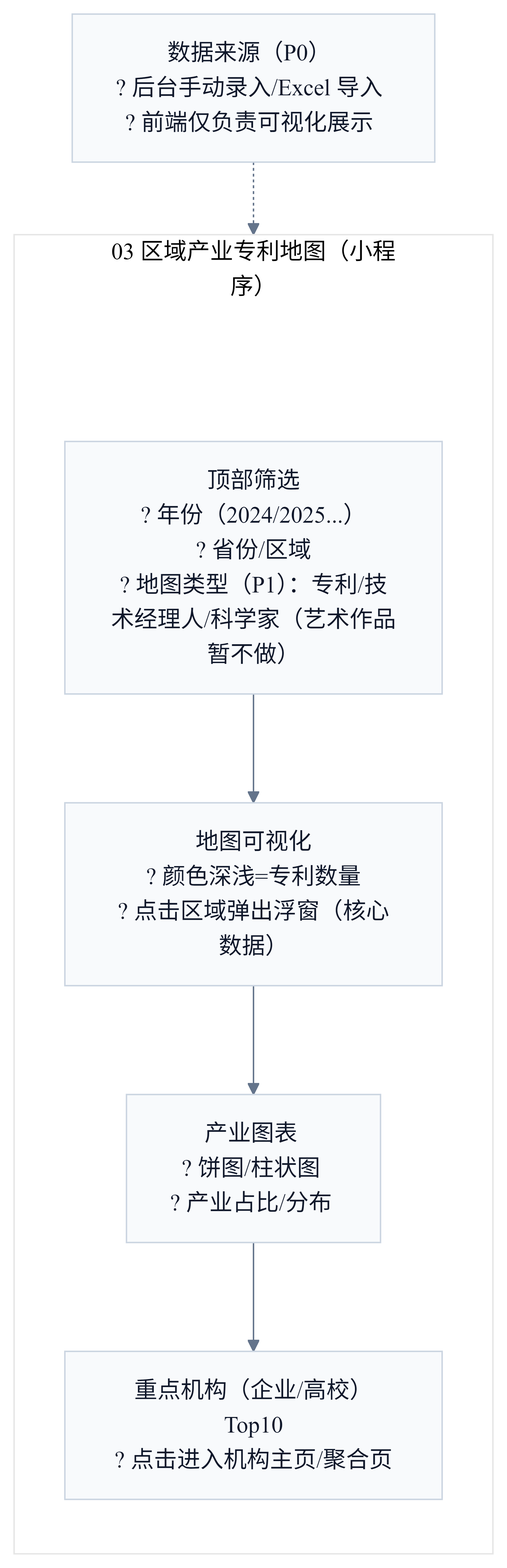
This is docs/demo/rendered/03-patent-map.png from Ming-1984/Ipmoney, a Mermaid export, as it was before one commit. Its source is kept beside it as docs/demo/pages/miniapp/03-patent-map.mmd.
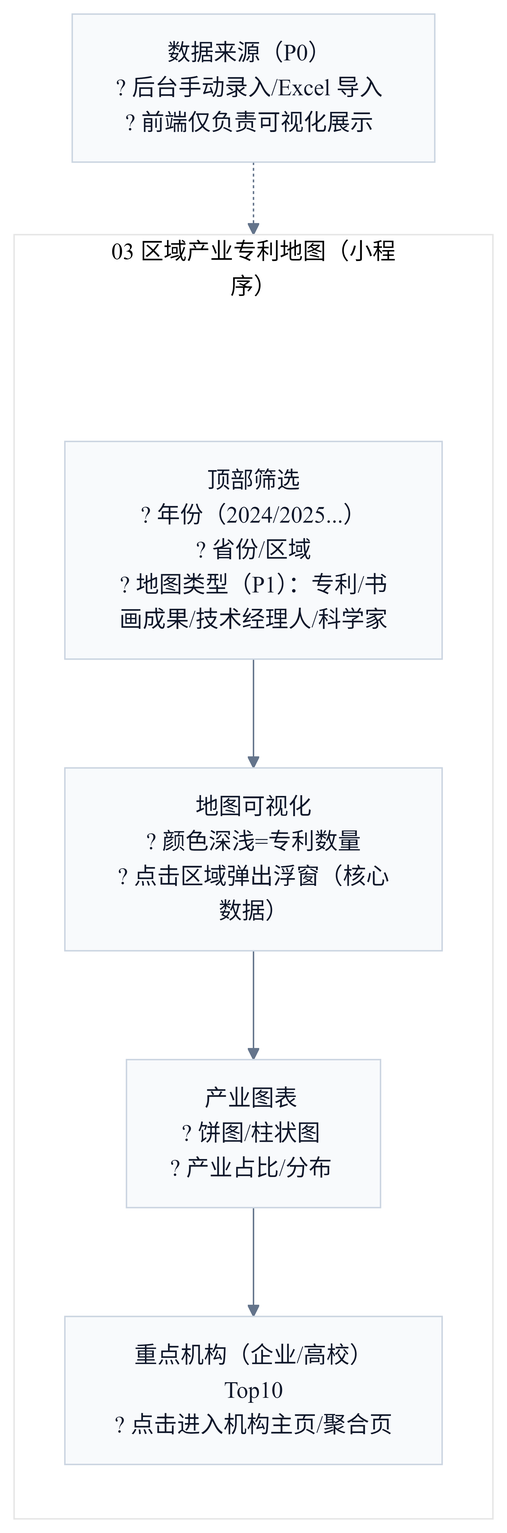
The same diagram one commit later.

What changed in the source:
```diff
@@ -3,7 +3,7 @@
   subgraph P["03 区域产业专利地图（小程序）"]
     direction TB
     Pad[" "]:::pad
-    Filter["顶部筛选<br/>? 年份（2024/2025...）<br/>? 省份/区域<br/>? 地图类型（P1）：专利/技术经理人/科学家（艺术作品暂不做）"]
+    Filter["顶部筛选<br/>? 年份（2024/2025...）<br/>? 省份/区域<br/>? 地图类型（P1）：专利/书画成果/技术经理人/科学家"]
     Map["地图可视化<br/>? 颜色深浅=专利数量<br/>? 点击区域弹出浮窗（核心数据）"]
     Charts["产业图表<br/>? 饼图/柱状图<br/>? 产业占比/分布"]
     TopList["重点机构（企业/高校）Top10<br/>? 点击进入机构主页/聚合页"]
```
